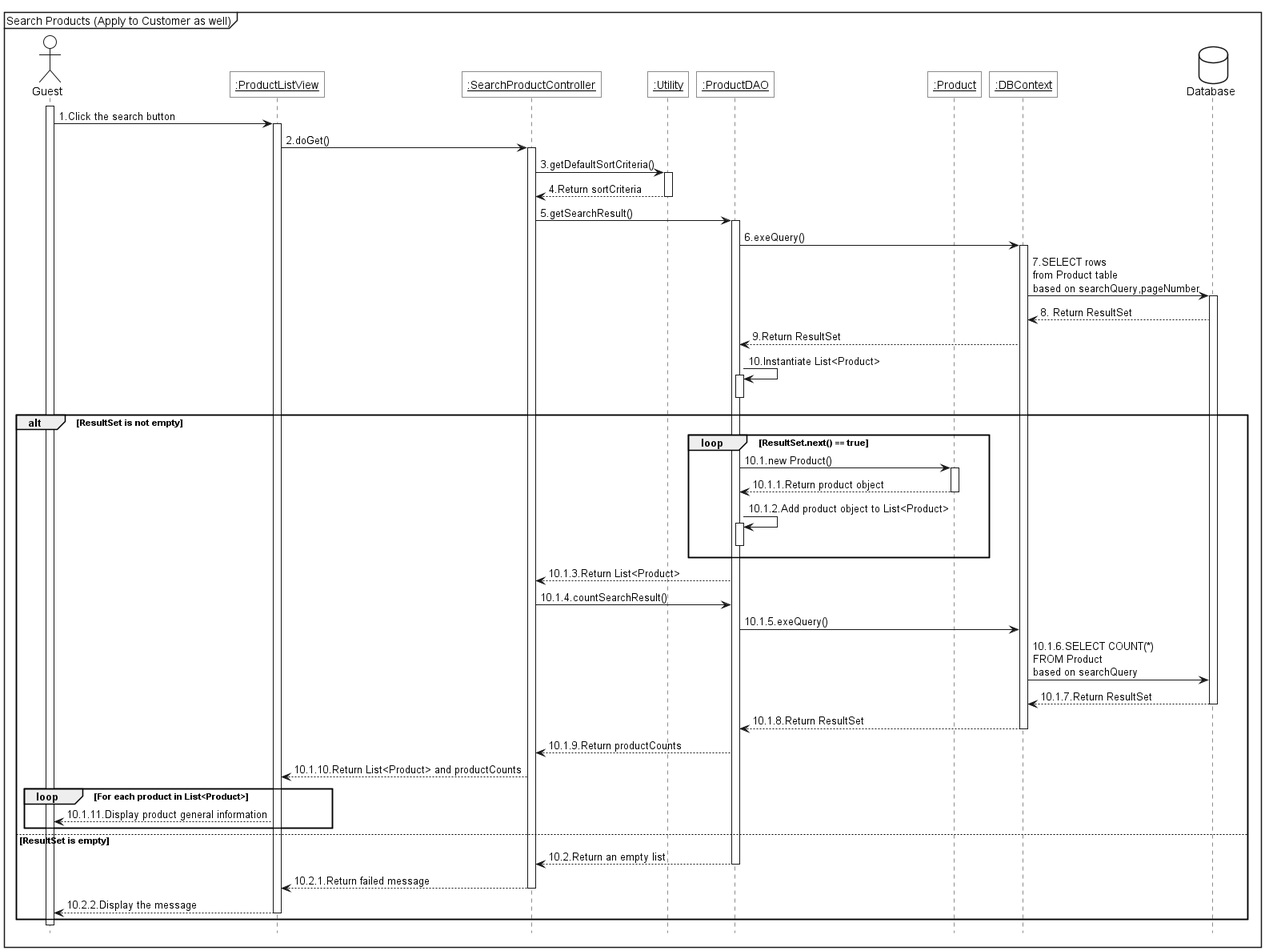
This is diagram/sequence/product/out/guest-customer/guest_search/guest_search/guest_search.png from tienminhthanh/ProjectSWP391, a PlantUML export, as it was before one commit.
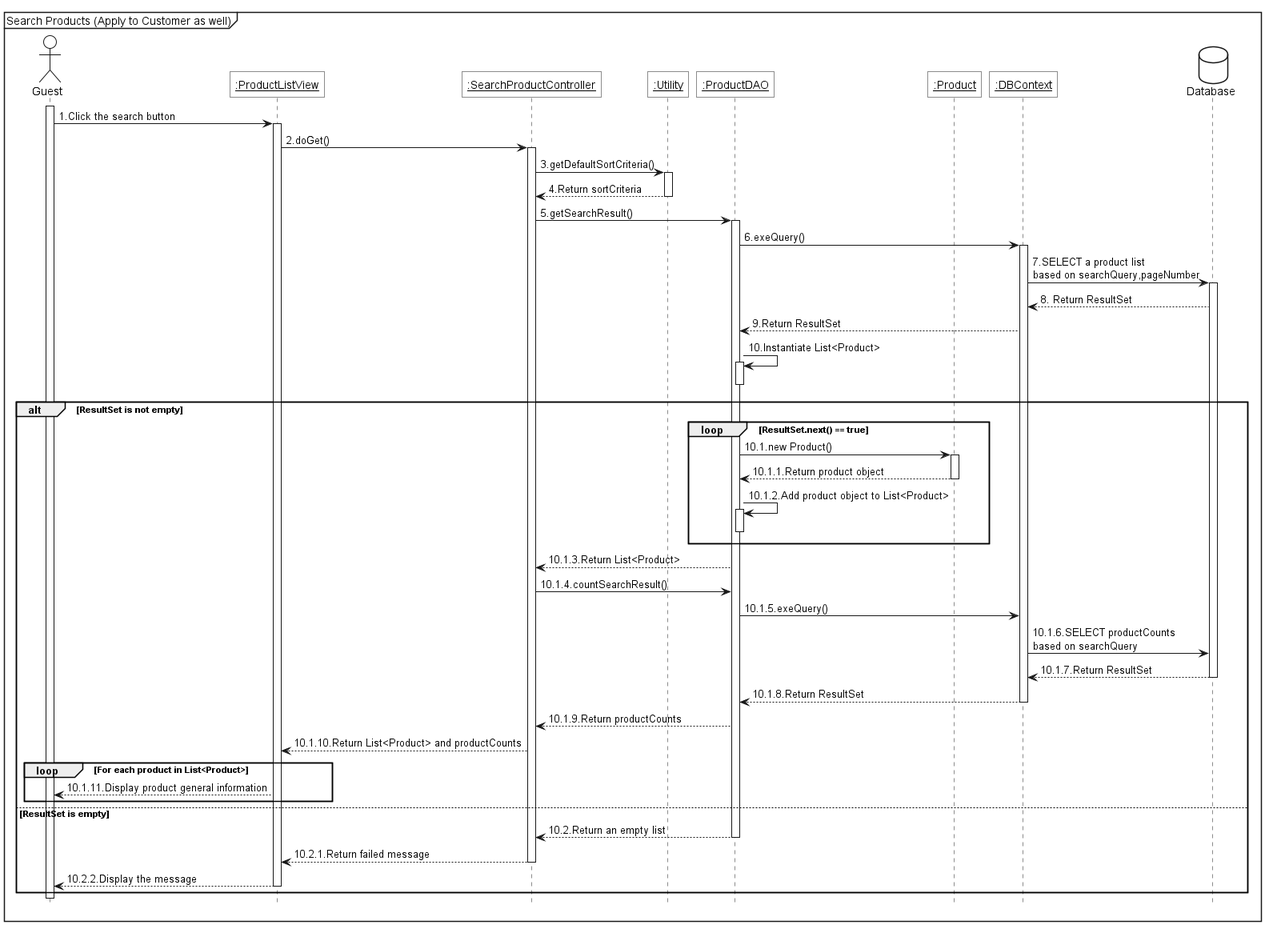
Above is the later version.

The edit, as a diff of the source:
```diff
@@ -30,7 +30,7 @@
 util-->ctrl--:4.Return sortCriteria
 ctrl->dao++:5.getSearchResult()
 dao->ctx++:6.exeQuery()
-ctx -> db++:7.SELECT rows\nfrom Product table\nbased on searchQuery,pageNumber
+ctx -> db++:7.SELECT a product list\nbased on searchQuery,pageNumber
 db -->ctx:8. Return ResultSet
 ctx-->dao:9.Return ResultSet
 dao->dao++:10.Instantiate List<Product>
@@ -46,7 +46,7 @@
     dao --> ctrl:10.1.3.Return List<Product>
     ctrl ->dao:10.1.4.countSearchResult()
     dao -> ctx:10.1.5.exeQuery()
-    ctx -> db:10.1.6.SELECT COUNT(*)\nFROM Product\nbased on searchQuery
+    ctx -> db:10.1.6.SELECT productCounts\nbased on searchQuery
     db-->ctx--:10.1.7.Return ResultSet
     ctx-->dao--:10.1.8.Return ResultSet
     dao --> ctrl:10.1.9.Return productCounts
```
